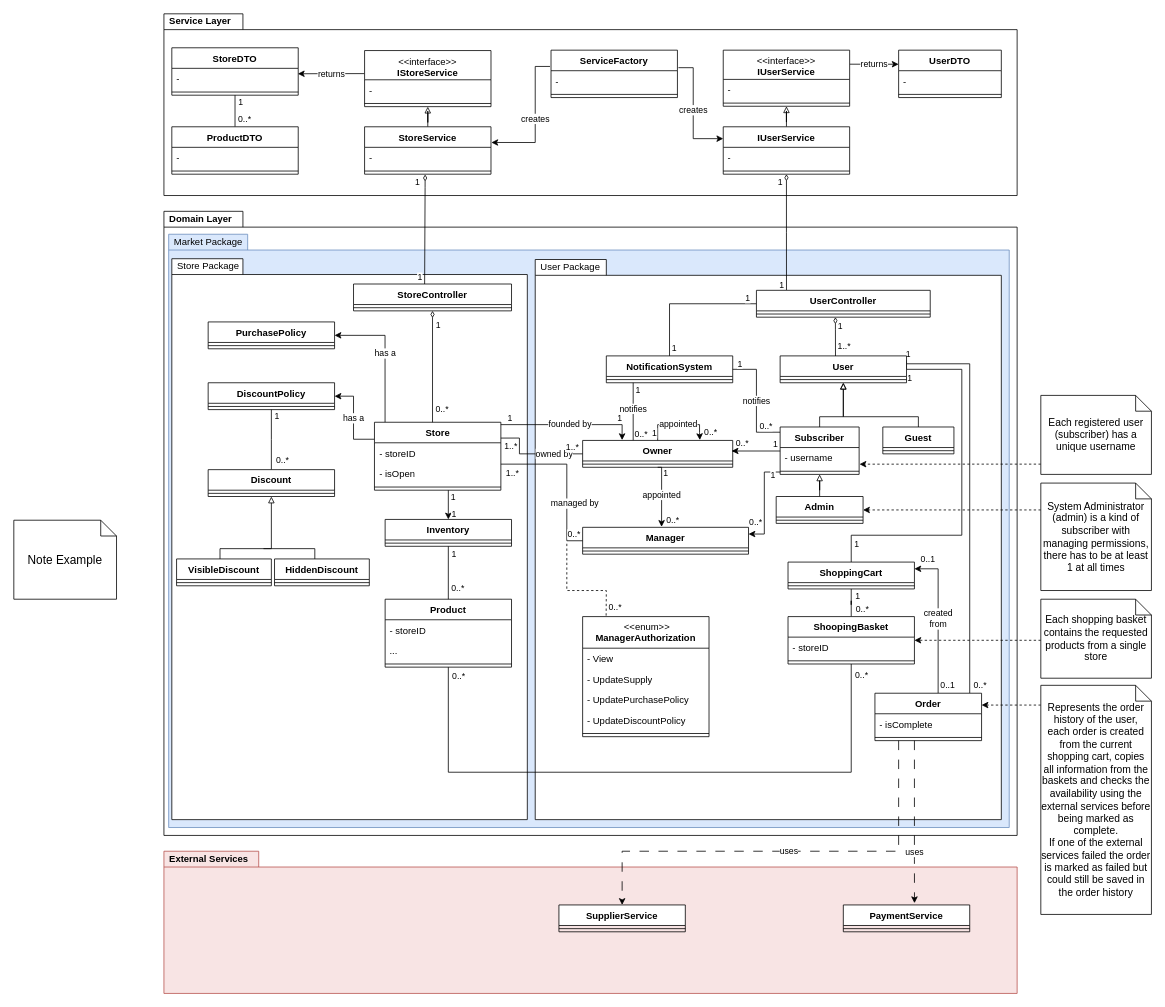
Earlier version of the draw.io diagram page "White Class Diagram" (1 of 3) of documents/Version0.drawio (SE-Project-Workshop-Group-17-B/SE-Project-Workshop-Group-17-B). Source tidied: cells renumbered, new cells numbered last; positions are measured from the earlier drawing's top-left corner, leaving out a move shared by most shapes. Both pictures are drawn from the tidied source at 79%, with x=0, y=0 at pixel (13, 13).
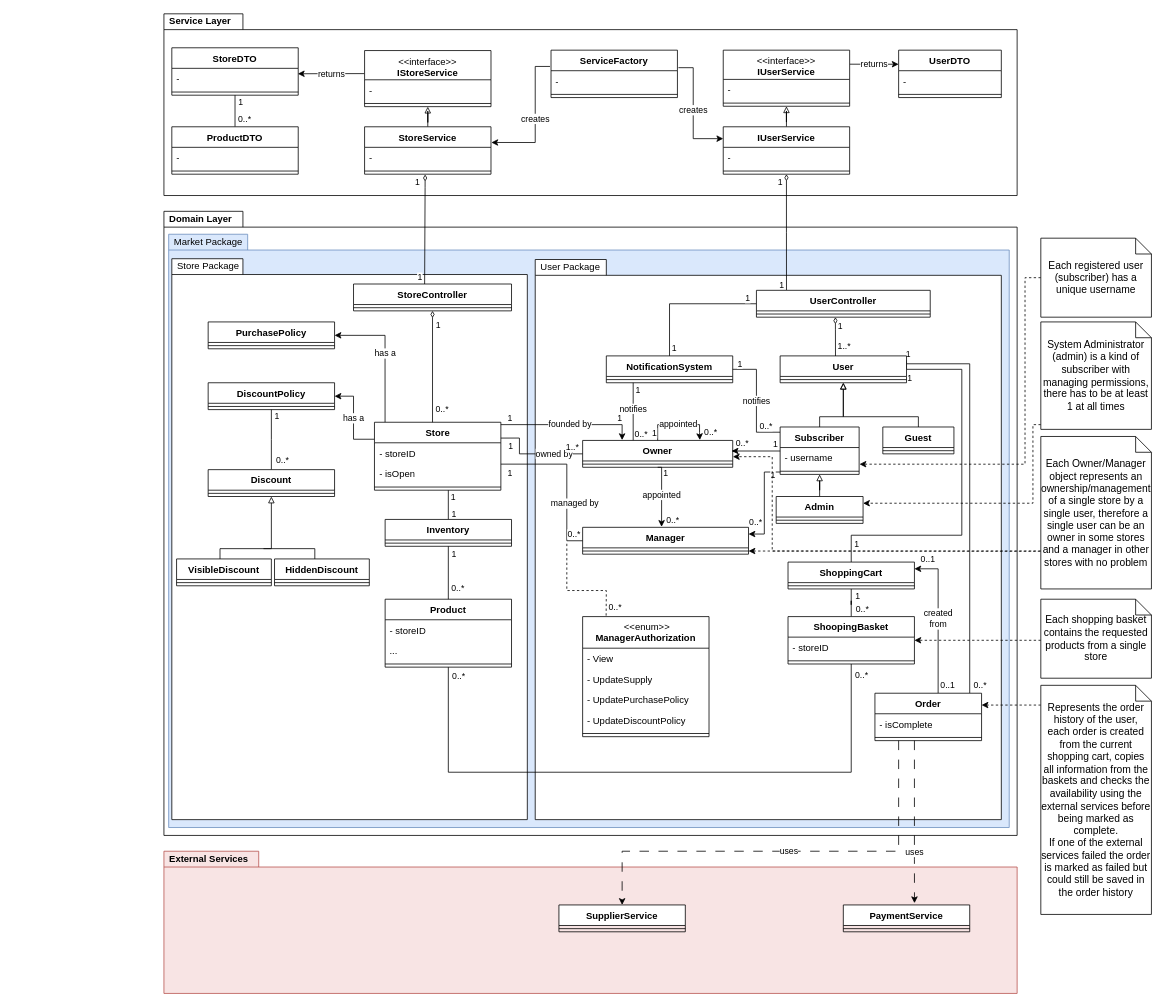
The same diagram, later.

Commit message:
Small update to the White Class Diagram

The change refers to these unchanged cells:
```xml
<mxCell id="11" value="Store" style="swimlane;fontStyle=1;align=center;verticalAlign=top;horizontal=1;startSize=26;whiteSpace=wrap;html=1;" parent="1" vertex="1">
  <mxGeometry x="456.5" y="517" width="160" height="86" as="geometry" />
</mxCell>
<mxCell id="18" value="Owner" style="swimlane;fontStyle=1;align=center;verticalAlign=top;horizontal=1;startSize=26;whiteSpace=wrap;html=1;" parent="1" vertex="1">
  <mxGeometry x="720" y="540" width="190" height="34" as="geometry" />
</mxCell>
<mxCell id="20" value="owned by" style="edgeStyle=orthogonalEdgeStyle;rounded=0;jettySize=auto;html=1;endArrow=none;endFill=0;entryX=0;entryY=0.5;entryDx=0;entryDy=0;exitX=1;exitY=0.233;exitDx=0;exitDy=0;exitPerimeter=0;" parent="1" edge="1" source="11" target="18">
  <mxGeometry x="0.42" relative="1" as="geometry">
    <Array as="points">
      <mxPoint x="640" y="537" />
      <mxPoint x="640" y="557" />
    </Array>
  </mxGeometry>
</mxCell>
<mxCell id="25" value="managed by" style="edgeStyle=orthogonalEdgeStyle;rounded=0;jettySize=auto;html=1;endArrow=none;endFill=0;entryX=0;entryY=0.5;entryDx=0;entryDy=0;" parent="1" edge="1" source="11" target="23">
  <mxGeometry x="0.33" y="10" relative="1" as="geometry">
    <Array as="points">
      <mxPoint x="700" y="570" />
      <mxPoint x="700" y="667" />
    </Array>
  </mxGeometry>
</mxCell>
<mxCell id="66" value="- username" style="text;strokeColor=none;fillColor=none;align=left;verticalAlign=top;spacingLeft=4;spacingRight=4;overflow=hidden;points=[[0,0.5],[1,0.5]];portConstraint=eastwest;whiteSpace=wrap;html=1;" parent="65" vertex="1">
  <mxGeometry y="26" width="100" height="26" as="geometry" />
</mxCell>
<mxCell id="161" value="Inventory" style="swimlane;fontStyle=1;align=center;verticalAlign=top;horizontal=1;startSize=26;whiteSpace=wrap;html=1;" parent="1" vertex="1">
  <mxGeometry x="470" y="640" width="160" height="34" as="geometry" />
</mxCell>
<mxCell id="170" value="Admin" style="swimlane;fontStyle=1;align=center;verticalAlign=top;horizontal=1;startSize=26;whiteSpace=wrap;html=1;" parent="1" vertex="1">
  <mxGeometry x="965" y="611" width="110" height="34" as="geometry" />
</mxCell>
```

What changed in the source:
```diff
@@
-    <mxCell id="8" style="edgeStyle=orthogonalEdgeStyle;rounded=0;jettySize=auto;html=1;entryX=0.5;entryY=0;entryDx=0;entryDy=0;" parent="1" edge="1" source="11" target="161">
+    <mxCell id="8" style="edgeStyle=orthogonalEdgeStyle;rounded=0;jettySize=auto;html=1;entryX=0.5;entryY=0;entryDx=0;entryDy=0;endArrow=none;endFill=0;" parent="1" edge="1" source="11" target="161">
       <mxGeometry relative="1" as="geometry">
         <Array as="points">
           <mxPoint x="550" y="580" />
           <mxPoint x="550" y="580" />
         </Array>
       </mxGeometry>
     </mxCell>
@@
-    <mxCell id="22" value="1..*" style="edgeLabel;html=1;align=center;verticalAlign=middle;" parent="20" vertex="1">
+    <mxCell id="22" value="1" style="edgeLabel;html=1;align=center;verticalAlign=middle;" parent="20" vertex="1">
       <mxGeometry x="-0.68" y="-1" relative="1" as="geometry">
         <mxPoint x="-8" y="8" as="offset" />
       </mxGeometry>
     </mxCell>
@@
-    <mxCell id="27" value="1..*" style="edgeLabel;html=1;align=center;verticalAlign=middle;" parent="25" vertex="1">
+    <mxCell id="27" value="1" style="edgeLabel;html=1;align=center;verticalAlign=middle;" parent="25" vertex="1">
       <mxGeometry x="-0.93" relative="1" as="geometry">
-        <mxPoint x="7" y="10" as="offset" />
+        <mxPoint x="4" y="10" as="offset" />
       </mxGeometry>
     </mxCell>
@@
+    <mxCell id="184" style="edgeStyle=orthogonalEdgeStyle;rounded=0;jettySize=auto;html=1;dashed=1;exitX=-0.006;exitY=0.753;exitDx=0;exitDy=0;exitPerimeter=0;" parent="1" edge="1" source="153">
+      <mxGeometry relative="1" as="geometry">
+        <mxPoint x="930" y="680" as="targetPoint" />
+        <Array as="points">
+          <mxPoint x="1298" y="680" />
+        </Array>
+      </mxGeometry>
+    </mxCell>
-    <mxCell id="153" value="&lt;font style=&quot;font-size: 15px;&quot;&gt;Note Example&lt;/font&gt;" style="shape=note;size=20;whiteSpace=wrap;html=1;fontSize=15;" parent="1" vertex="1">
-      <mxGeometry y="641" width="130" height="100" as="geometry" />
+    <mxCell id="153" value="Each Owner/Manager object represents an ownership/management of a single store by a single user, therefore a single user can be an owner in some stores and a manager in other stores with no problem" style="shape=note;size=20;whiteSpace=wrap;html=1;fontSize=13;" parent="1" vertex="1">
+      <mxGeometry x="1300" y="535" width="140" height="193" as="geometry" />
     </mxCell>
@@
     <mxCell id="175" style="edgeStyle=orthogonalEdgeStyle;rounded=0;jettySize=auto;html=1;entryX=1.005;entryY=0.81;entryDx=0;entryDy=0;entryPerimeter=0;dashed=1;" parent="1" edge="1" source="176" target="66">
       <mxGeometry relative="1" as="geometry">
         <Array as="points">
-          <mxPoint x="1240" y="570" />
-          <mxPoint x="1240" y="570" />
+          <mxPoint x="1280" y="334" />
+          <mxPoint x="1280" y="570" />
         </Array>
       </mxGeometry>
     </mxCell>
     <mxCell id="176" value="Each registered user (subscriber) has a unique username" style="shape=note;size=20;whiteSpace=wrap;html=1;fontSize=13;" parent="1" vertex="1">
-      <mxGeometry x="1300" y="483" width="140" height="100" as="geometry" />
+      <mxGeometry x="1300" y="284" width="140" height="100" as="geometry" />
     </mxCell>
@@
-    <mxCell id="179" style="edgeStyle=orthogonalEdgeStyle;rounded=0;jettySize=auto;html=1;entryX=1;entryY=0.5;entryDx=0;entryDy=0;dashed=1;" parent="1" edge="1" source="180" target="170">
+    <mxCell id="179" style="edgeStyle=orthogonalEdgeStyle;rounded=0;jettySize=auto;html=1;entryX=1;entryY=0.25;entryDx=0;entryDy=0;dashed=1;" parent="1" edge="1" source="180" target="170">
       <mxGeometry relative="1" as="geometry">
         <Array as="points">
-          <mxPoint x="1250" y="628" />
-          <mxPoint x="1250" y="628" />
+          <mxPoint x="1290" y="520" />
+          <mxPoint x="1290" y="620" />
+          <mxPoint x="1075" y="620" />
         </Array>
       </mxGeometry>
     </mxCell>
     <mxCell id="180" value="System Administrator (admin) is a kind of subscriber with managing permissions, there has to be at least 1 at all times" style="shape=note;size=20;whiteSpace=wrap;html=1;fontSize=13;" parent="1" vertex="1">
-      <mxGeometry x="1300" y="594" width="140" height="136" as="geometry" />
+      <mxGeometry x="1300" y="390" width="140" height="136" as="geometry" />
     </mxCell>
@@
+    <mxCell id="185" style="edgeStyle=orthogonalEdgeStyle;rounded=0;jettySize=auto;html=1;entryX=1.001;entryY=0.605;entryDx=0;entryDy=0;entryPerimeter=0;dashed=1;" parent="1" edge="1" source="153" target="18">
+      <mxGeometry relative="1" as="geometry">
+        <Array as="points">
+          <mxPoint x="960" y="680" />
+          <mxPoint x="960" y="561" />
+        </Array>
+      </mxGeometry>
+    </mxCell>
```
